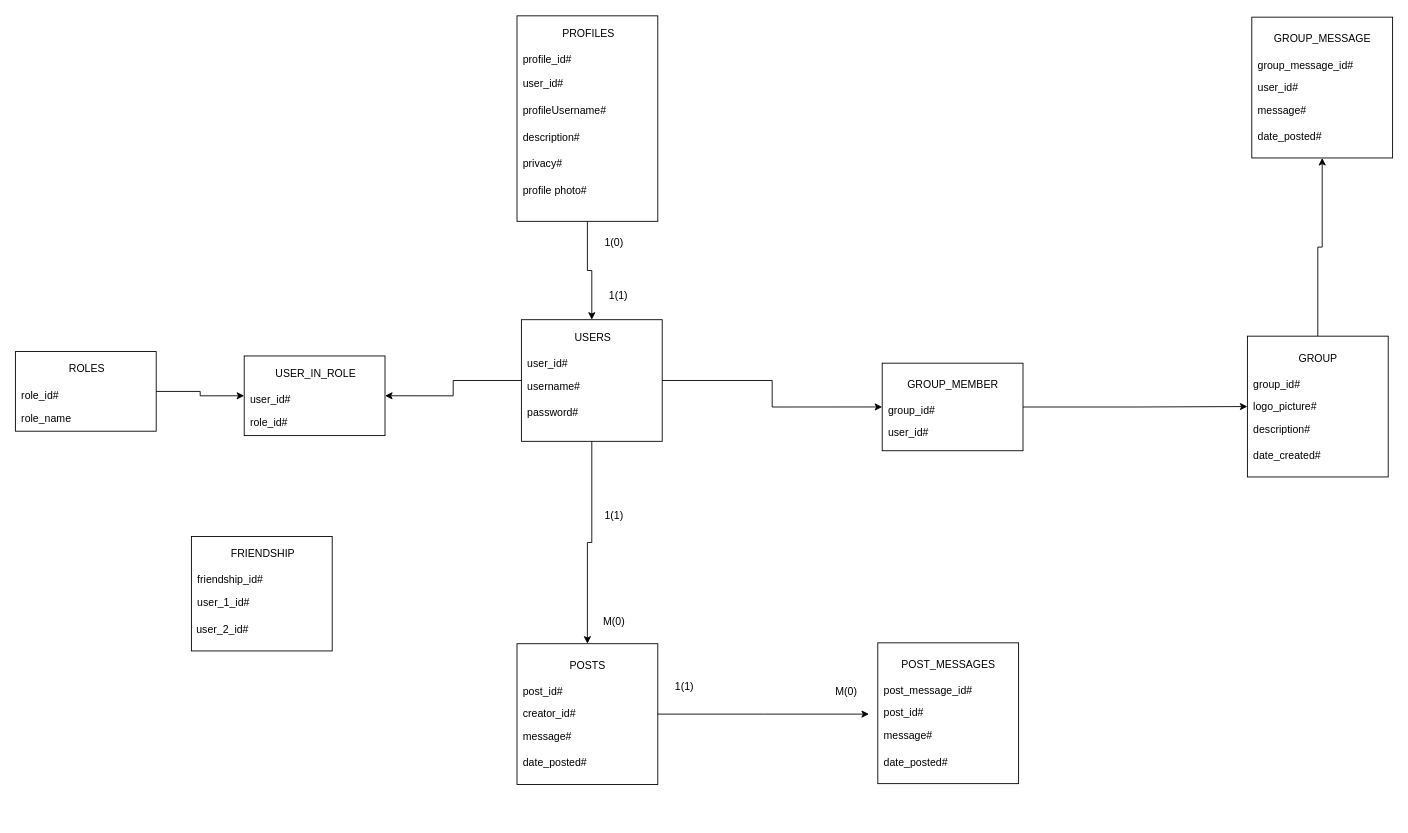
Earlier version of the draw.io diagram BD.drawio (ProiecteFacultate/Proiect_ASP). Source tidied: cells renumbered, new cells numbered last; positions are measured from the earlier drawing's top-left corner, leaving out a move shared by most shapes. Both pictures are drawn from the tidied source at 88%, with x=0, y=0 at pixel (15, 15).
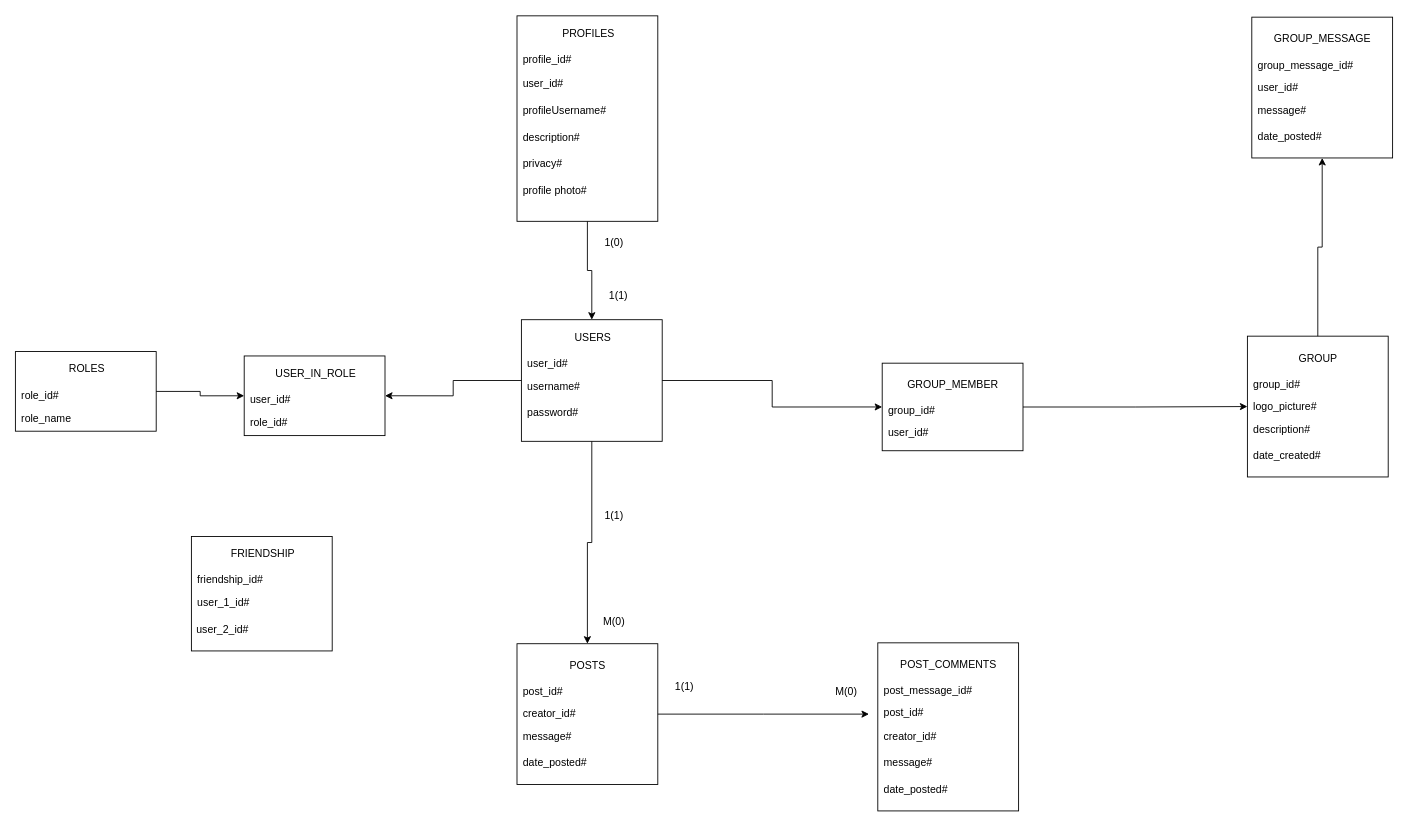
The same page after the edit.

Diff of the diagram source:
```diff
@@
     <mxCell id="20" style="rounded=0;whiteSpace=wrap;html=1;fillColor=none;" parent="1" vertex="1">
-      <mxGeometry x="980" y="713" width="160" height="160" as="geometry" />
+      <mxGeometry x="980" y="713" width="160" height="191" as="geometry" />
     </mxCell>
-    <mxCell id="21" value="POST_MESSAGES" style="text;html=1;align=center;verticalAlign=middle;fillColor=none;strokeColor=none;rounded=0;" parent="1" vertex="1">
+    <mxCell id="21" value="POST_COMMENTS" style="text;html=1;align=center;verticalAlign=middle;fillColor=none;strokeColor=none;rounded=0;" parent="1" vertex="1">
       <mxGeometry x="995" y="723" width="130" height="30" as="geometry" />
     </mxCell>
@@
     <mxCell id="23" value="message#" style="text;html=1;align=left;verticalAlign=middle;fillColor=none;strokeColor=none;rounded=0;" parent="1" vertex="1">
-      <mxGeometry x="985" y="804" width="80" height="30" as="geometry" />
+      <mxGeometry x="985" y="835" width="80" height="30" as="geometry" />
     </mxCell>
@@
     <mxCell id="26" value="date_posted#" style="text;html=1;align=left;verticalAlign=middle;fillColor=none;strokeColor=none;rounded=0;" parent="1" vertex="1">
-      <mxGeometry x="985" y="834" width="100" height="30" as="geometry" />
+      <mxGeometry x="985" y="865" width="100" height="30" as="geometry" />
     </mxCell>
@@
+    <mxCell id="79" value="creator_id#" style="text;html=1;align=left;verticalAlign=middle;fillColor=none;strokeColor=none;rounded=0;" parent="1" vertex="1">
+      <mxGeometry x="985" y="805" width="80" height="30" as="geometry" />
+    </mxCell>
```
